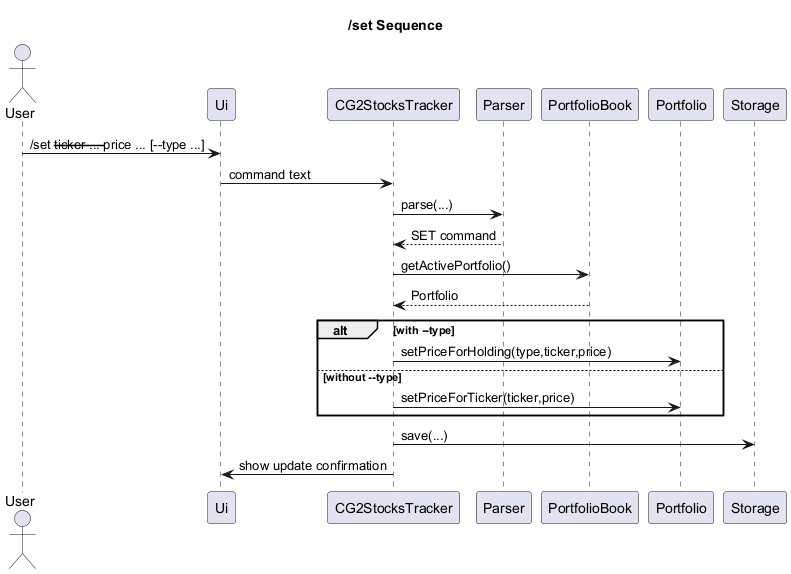
joeLku1/tp keeps this PlantUML diagram as docs/diagrams/PNG/set-command-sequence.png. Above is the earlier version. Source of this version:
```plantuml
@startuml
title /set Sequence

actor User
participant Ui
participant CG2StocksTracker
participant Parser
participant PortfolioBook
participant Portfolio
participant Storage

User -> Ui : /set --ticker ... --price ... [--type ...]
Ui -> CG2StocksTracker : command text
CG2StocksTracker -> Parser : parse(...)
Parser --> CG2StocksTracker : SET command
CG2StocksTracker -> PortfolioBook : getActivePortfolio()
PortfolioBook --> CG2StocksTracker : Portfolio

alt with --type
  CG2StocksTracker -> Portfolio : setPriceForHolding(type,ticker,price)
else without --type
  CG2StocksTracker -> Portfolio : setPriceForTicker(ticker,price)
end

CG2StocksTracker -> Storage : save(...)
CG2StocksTracker -> Ui : show update confirmation
@enduml
```
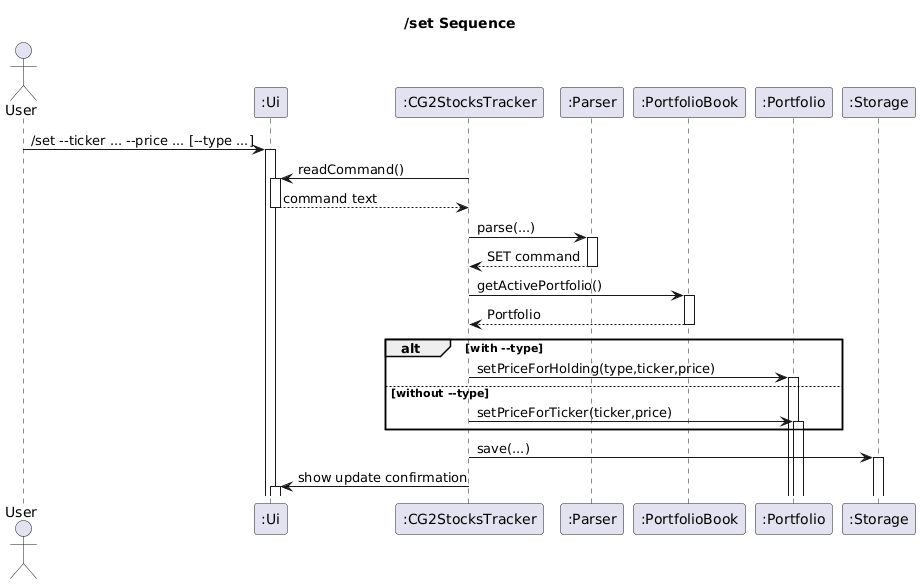
After the change.

The edit, as a diff of the source:
```diff
@@ -1,16 +1,19 @@
 @startuml
+
 title /set Sequence
 
+autoactivate on
 actor User
-participant Ui
-participant CG2StocksTracker
-participant Parser
-participant PortfolioBook
-participant Portfolio
-participant Storage
+participant ":Ui" as Ui
+participant ":CG2StocksTracker" as CG2StocksTracker
+participant ":Parser" as Parser
+participant ":PortfolioBook" as PortfolioBook
+participant ":Portfolio" as Portfolio
+participant ":Storage" as Storage
 
-User -> Ui : /set --ticker ... --price ... [--type ...]
-Ui -> CG2StocksTracker : command text
+User -> Ui : /set ~--ticker ... ~--price ... [~--type ...]
+CG2StocksTracker -> Ui : readCommand()
+Ui --> CG2StocksTracker : command text
 CG2StocksTracker -> Parser : parse(...)
 Parser --> CG2StocksTracker : SET command
 CG2StocksTracker -> PortfolioBook : getActivePortfolio()
```
